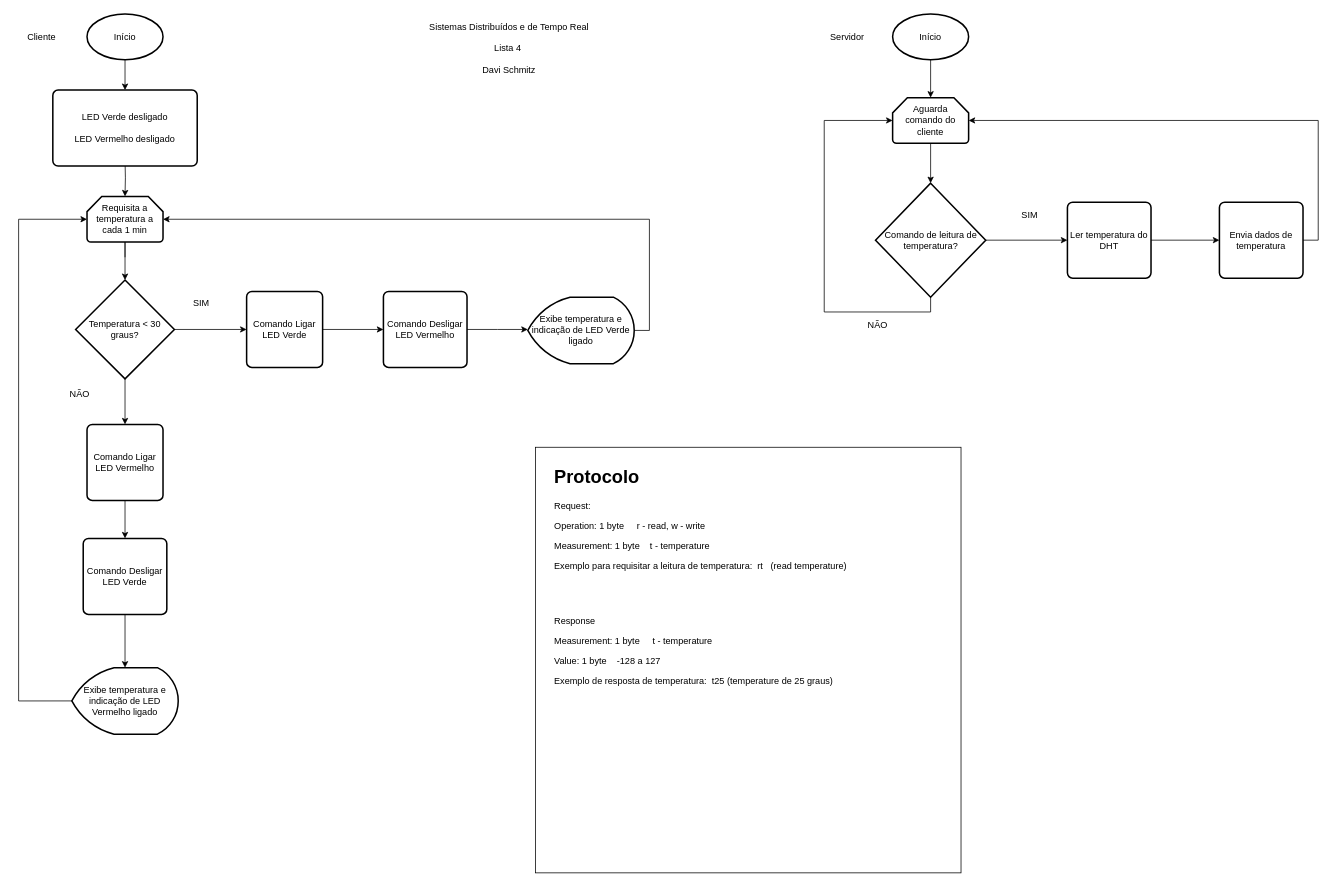
davischmitz/distributed-systems keeps this draw.io diagram as sockets/sistemas-distribuidos-fluxograma-lista4-v2.drawio. Above is the earlier version. Source tidied: cells renumbered, new cells numbered last; positions are measured from the earlier drawing's top-left corner, leaving out a move shared by most shapes. Both pictures are drawn from the tidied source at 76%, with x=0, y=0 at pixel (18, 14).
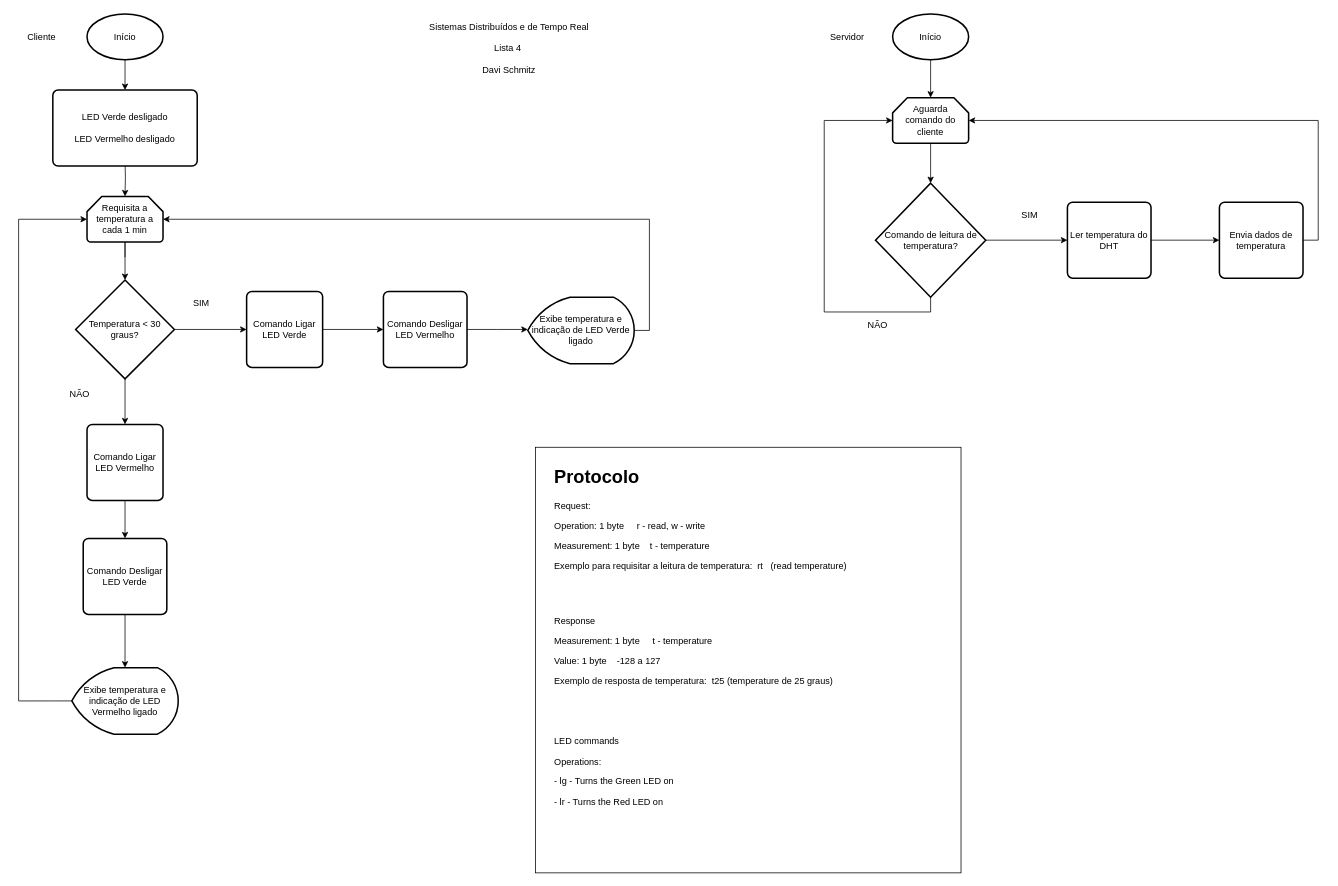
After the change.

Commit message (it also covers changes not shown here):
Add LED commands

The edit, as a diff of the source:
```diff
@@
-    <mxCell id="41" value="&lt;h1&gt;Protocolo&lt;/h1&gt;&lt;p&gt;Request:&lt;/p&gt;&lt;p&gt;&lt;span style=&quot;background-color: initial;&quot;&gt;Operation: 1 byte&amp;nbsp; &amp;nbsp; &amp;nbsp;r - read, w - write&lt;/span&gt;&lt;/p&gt;&lt;p&gt;&lt;span style=&quot;background-color: initial;&quot;&gt;Measurement: 1 byte&amp;nbsp; &amp;nbsp; t - temperature&amp;nbsp;&lt;/span&gt;&lt;/p&gt;&lt;p&gt;Exemplo para requisitar a leitura de temperatura:&amp;nbsp; rt&amp;nbsp; &amp;nbsp;(read temperature)&lt;br&gt;&lt;br&gt;&lt;br&gt;&lt;br&gt;&lt;br&gt;Response&lt;/p&gt;&lt;p&gt;Measurement: 1 byte&amp;nbsp; &amp;nbsp; &amp;nbsp;t - temperature&lt;/p&gt;&lt;p&gt;Value: 1 byte&amp;nbsp; &amp;nbsp; -128 a 127&lt;/p&gt;&lt;p&gt;Exemplo de resposta de temperatura:&amp;nbsp; t25 (temperature de 25 graus)&lt;/p&gt;" style="text;html=1;strokeColor=none;fillColor=none;spacing=5;spacingTop=-20;whiteSpace=wrap;overflow=hidden;rounded=0;" parent="1" vertex="1">
-      <mxGeometry x="700" y="590" width="520" height="490" as="geometry" />
+    <mxCell id="41" value="&lt;h1&gt;Protocolo&lt;/h1&gt;&lt;p&gt;Request:&lt;/p&gt;&lt;p&gt;&lt;span&gt;Operation: 1 byte&amp;nbsp; &amp;nbsp; &amp;nbsp;r - read, w - write&lt;/span&gt;&lt;/p&gt;&lt;p&gt;&lt;span&gt;Measurement: 1 byte&amp;nbsp; &amp;nbsp; t - temperature&amp;nbsp;&lt;/span&gt;&lt;/p&gt;&lt;p&gt;Exemplo para requisitar a leitura de temperatura:&amp;nbsp; rt&amp;nbsp; &amp;nbsp;(read temperature)&lt;br&gt;&lt;br&gt;&lt;br&gt;&lt;br&gt;&lt;br&gt;Response&lt;/p&gt;&lt;p&gt;Measurement: 1 byte&amp;nbsp; &amp;nbsp; &amp;nbsp;t - temperature&lt;/p&gt;&lt;p&gt;Value: 1 byte&amp;nbsp; &amp;nbsp; -128 a 127&lt;/p&gt;&lt;p&gt;Exemplo de resposta de temperatura:&amp;nbsp; t25 (temperature de 25 graus)&lt;/p&gt;&lt;p&gt;&lt;br&gt;&lt;/p&gt;&lt;p&gt;&lt;br&gt;&lt;/p&gt;&lt;p&gt;LED commands&lt;/p&gt;&lt;p&gt;Operations:&amp;nbsp;&lt;/p&gt;&lt;p&gt;&lt;span&gt;&#9;&lt;/span&gt;- lg - Turns the Green LED on&lt;/p&gt;&lt;p&gt;&lt;span&gt;&#9;&lt;/span&gt;-&amp;nbsp;lr - Turns the Red LED on&lt;br&gt;&lt;/p&gt;" style="text;html=1;strokeColor=none;fillColor=none;spacing=5;spacingTop=-20;whiteSpace=wrap;overflow=hidden;rounded=0;" parent="1" vertex="1">
+      <mxGeometry x="700" y="590" width="520" height="520" as="geometry" />
     </mxCell>
```
